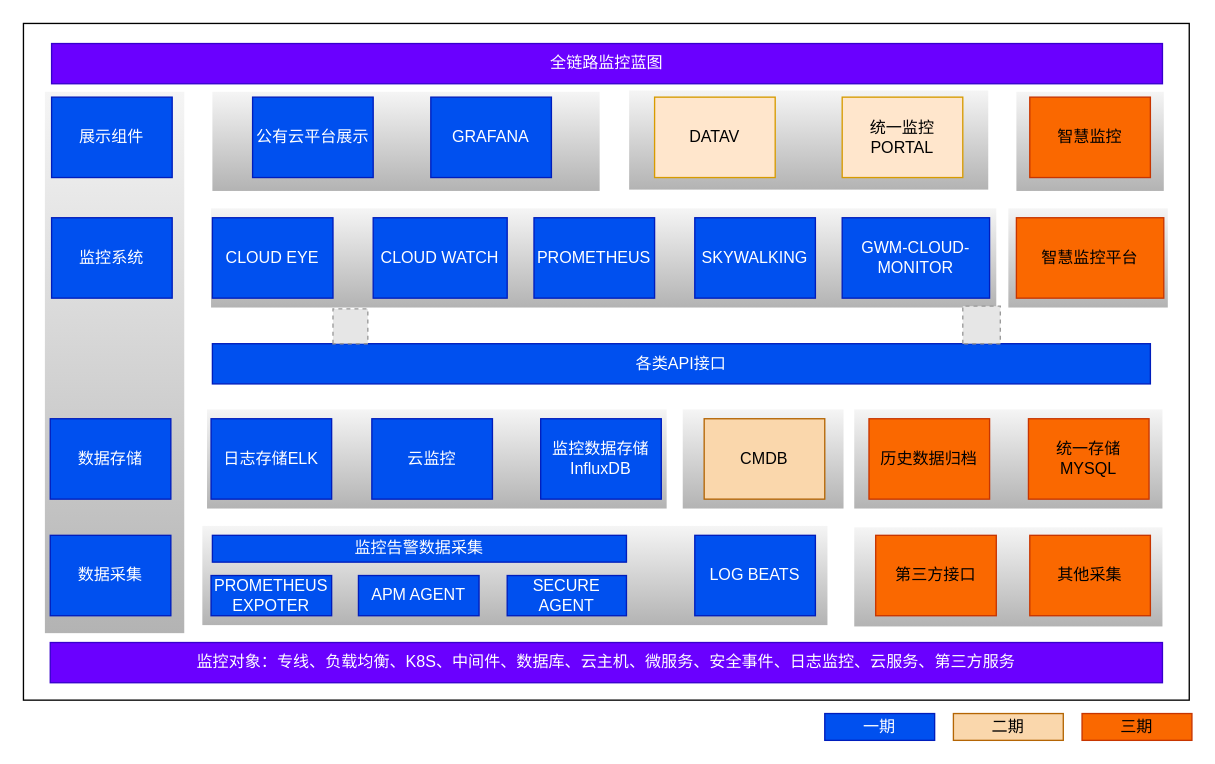
This is 全链路监控.drawio from tengxiao/zabbix-report, a draw.io file, before an edit. Source tidied: cells renumbered, new cells numbered last; positions are measured from the earlier drawing's top-left corner, leaving out a move shared by most shapes. Both pictures are drawn from the tidied source at 134%, with x=0, y=0 at pixel (23, 23). Pictures stored in the file or linked from it are replaced by grey dashed boxes.
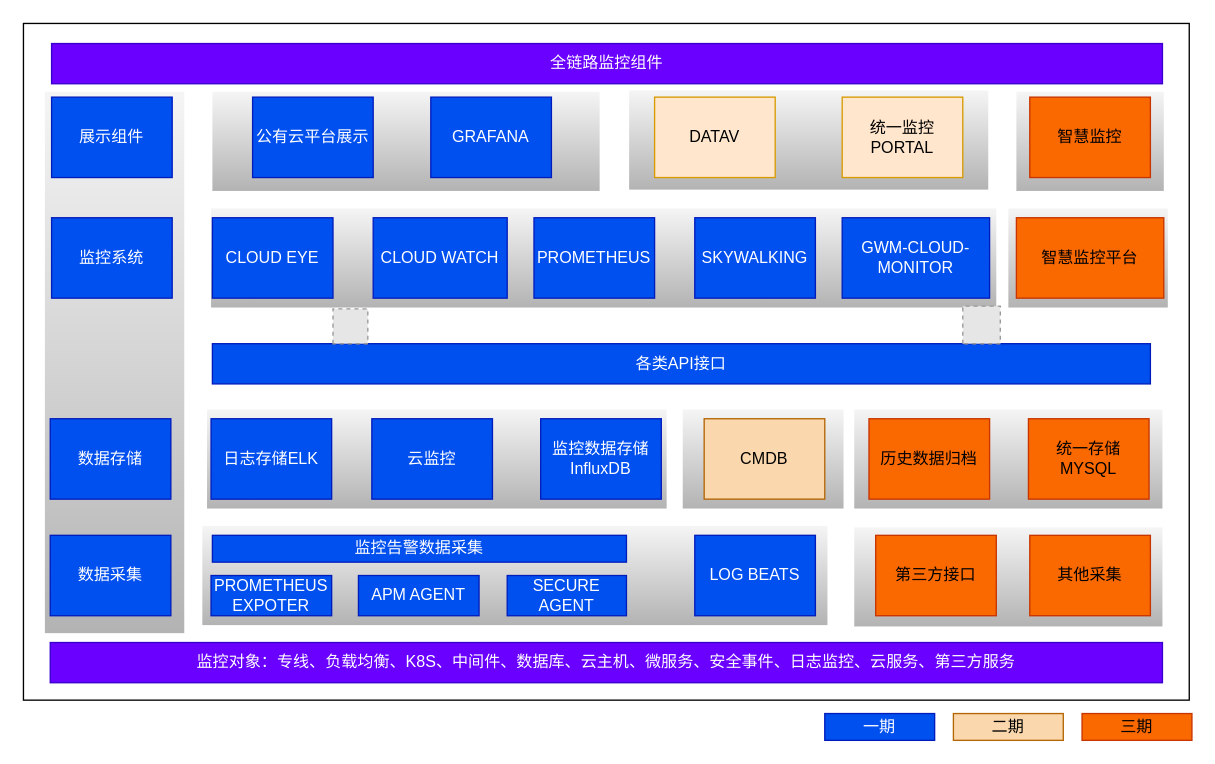
The same diagram, later.

Commit message:
更新全链路监控.drawio

Change to the diagram source:
```diff
@@
-    <mxCell id="14" value="全链路监控蓝图" style="rounded=0;whiteSpace=wrap;html=1;fillColor=#6a00ff;strokeColor=#3700CC;fontColor=#ffffff;" parent="1" vertex="1">
+    <mxCell id="14" value="全链路监控组件" style="rounded=0;whiteSpace=wrap;html=1;fillColor=#6a00ff;strokeColor=#3700CC;fontColor=#ffffff;" parent="1" vertex="1">
       <mxGeometry x="21" y="15" width="829" height="30" as="geometry" />
     </mxCell>
```
